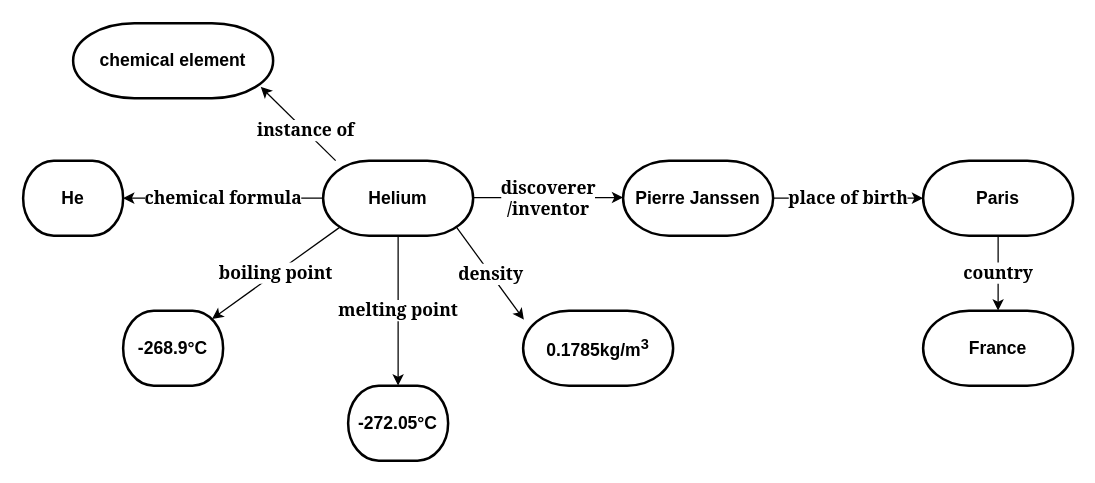
AnasShahab/querying-wikidata-with-graphQL keeps this draw.io diagram as report/images/del_graph.drawio. Above is the earlier version. Source tidied: cells renumbered, new cells numbered last; positions are measured from the earlier drawing's top-left corner, leaving out a move shared by most shapes. Both pictures are drawn from the tidied source at 125%, with x=0, y=0 at pixel (22, 22).
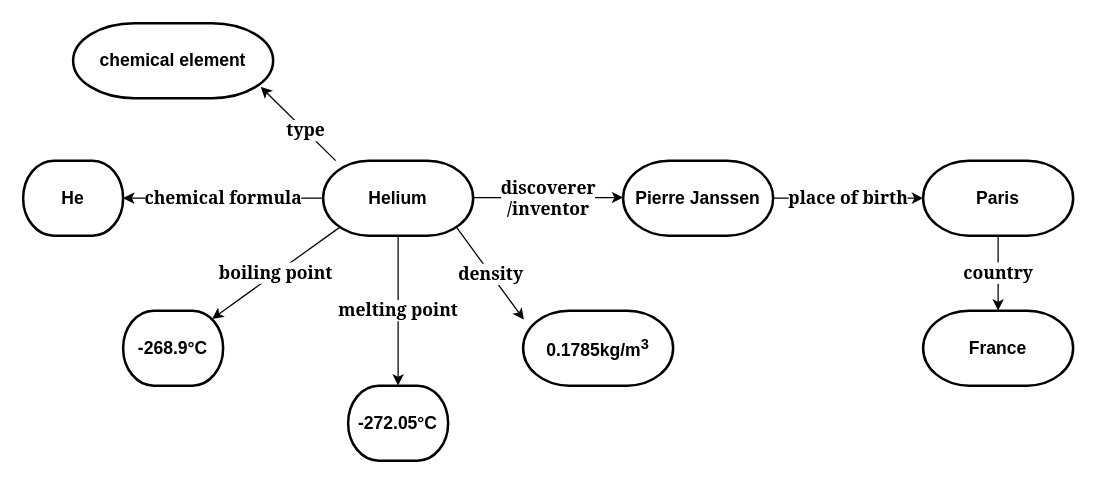
The same diagram, later.

The change refers to these unchanged cells:
```xml
<mxCell id="6" value="&lt;b&gt;&lt;font style=&quot;font-size: 14px;&quot;&gt;chemical element&lt;/font&gt;&lt;/b&gt;" style="strokeWidth=2;html=1;shape=mxgraph.flowchart.terminator;whiteSpace=wrap;" parent="1" vertex="1">
  <mxGeometry x="40" width="160" height="60" as="geometry" />
</mxCell>
```

What changed in the source:
```diff
@@
-    <mxCell id="16" value="&lt;b&gt;&lt;font face=&quot;Georgia&quot; style=&quot;font-size: 14px;&quot;&gt;instance of&lt;/font&gt;&lt;/b&gt;" style="endArrow=classic;html=1;rounded=0;fontSize=12;entryX=0.938;entryY=0.85;entryDx=0;entryDy=0;entryPerimeter=0;" parent="1" edge="1" target="6">
+    <mxCell id="16" value="&lt;b&gt;&lt;font face=&quot;Georgia&quot; style=&quot;font-size: 14px;&quot;&gt;type&lt;/font&gt;&lt;/b&gt;" style="endArrow=classic;html=1;rounded=0;fontSize=12;entryX=0.938;entryY=0.85;entryDx=0;entryDy=0;entryPerimeter=0;" parent="1" edge="1" target="6">
       <mxGeometry x="-0.2" relative="1" as="geometry">
         <mxPoint x="250" y="110" as="sourcePoint" />
       </mxGeometry>
     </mxCell>
```
